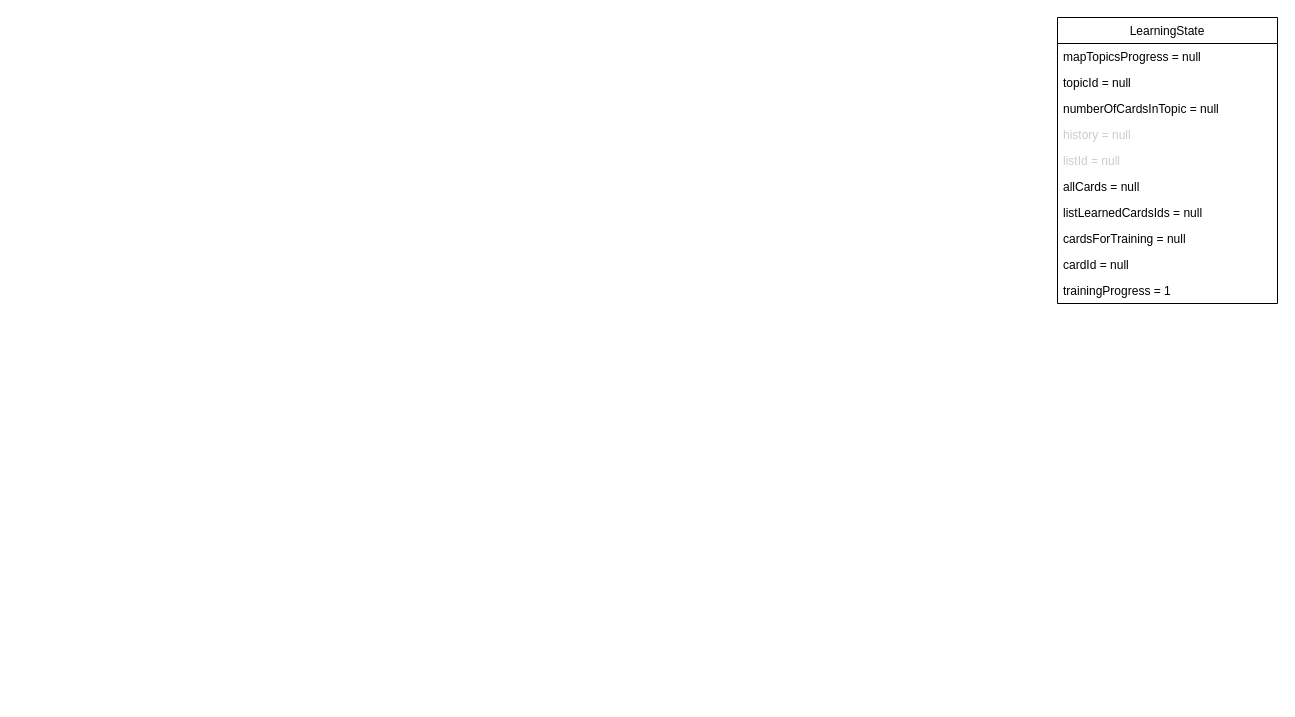
Before: LearningState.drawio in soldakova-t/linguacards_flutter, a draw.io diagram. Source tidied: cells renumbered, new cells numbered last; positions are measured from the earlier drawing's top-left corner, leaving out a move shared by most shapes. Both pictures are drawn from the tidied source at 100%, with x=0, y=0 at pixel (1057, 17).
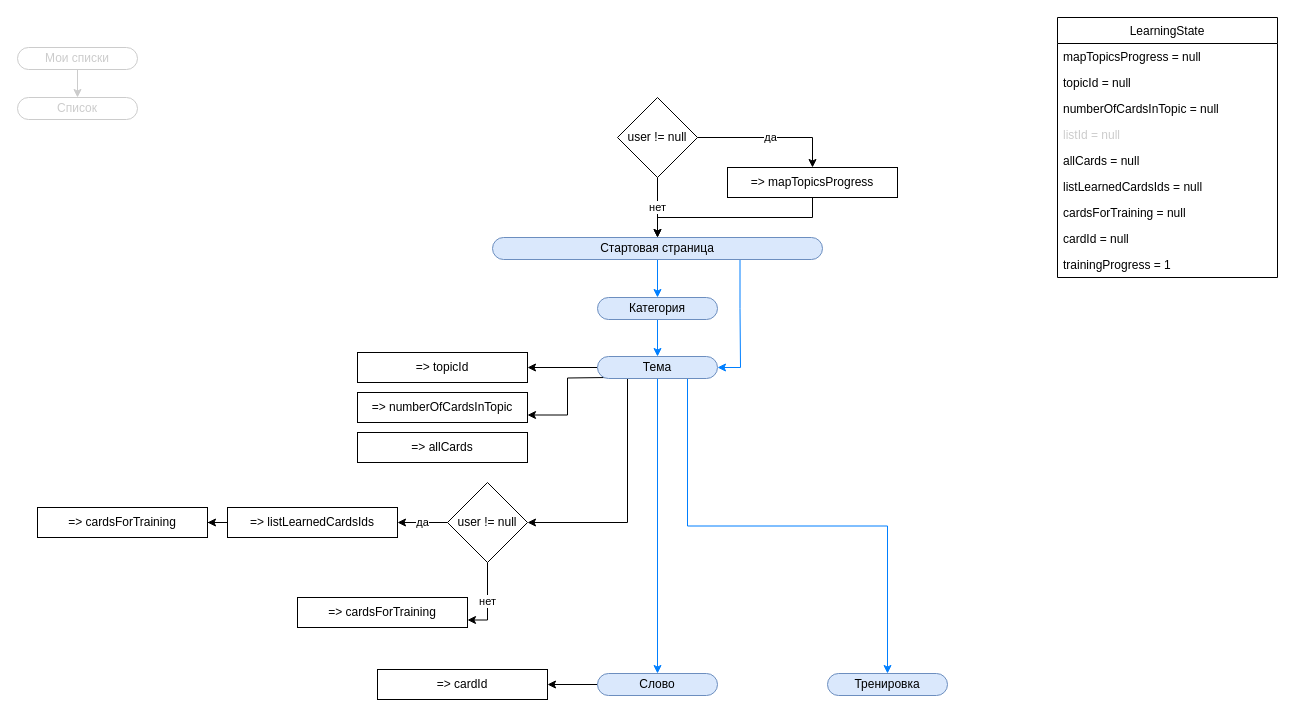
After the change.

Change to the diagram source:
```diff
@@
     <mxCell id="2" value="LearningState" style="swimlane;fontStyle=0;horizontal=1;startSize=26;" parent="1" vertex="1">
-      <mxGeometry width="220" height="286" as="geometry" />
+      <mxGeometry width="220" height="260" as="geometry" />
     </mxCell>
@@
-    <mxCell id="6" value="history = null" style="text;strokeColor=none;fillColor=none;align=left;verticalAlign=top;spacingLeft=4;spacingRight=4;overflow=hidden;fontColor=#CCCCCC;" parent="2" vertex="1">
-      <mxGeometry y="104" width="220" height="26" as="geometry" />
-    </mxCell>
     <mxCell id="7" value="listId = null" style="text;strokeColor=none;fillColor=none;align=left;verticalAlign=top;spacingLeft=4;spacingRight=4;overflow=hidden;fontColor=#CCCCCC;" parent="2" vertex="1">
-      <mxGeometry y="130" width="220" height="26" as="geometry" />
+      <mxGeometry y="104" width="220" height="26" as="geometry" />
     </mxCell>
     <mxCell id="8" value="allCards = null" style="text;strokeColor=none;fillColor=none;align=left;verticalAlign=top;spacingLeft=4;spacingRight=4;overflow=hidden;" parent="2" vertex="1">
-      <mxGeometry y="156" width="220" height="26" as="geometry" />
+      <mxGeometry y="130" width="220" height="26" as="geometry" />
     </mxCell>
     <mxCell id="9" value="listLearnedCardsIds = null" style="text;strokeColor=none;fillColor=none;align=left;verticalAlign=top;spacingLeft=4;spacingRight=4;overflow=hidden;" parent="2" vertex="1">
-      <mxGeometry y="182" width="220" height="26" as="geometry" />
+      <mxGeometry y="156" width="220" height="26" as="geometry" />
     </mxCell>
     <mxCell id="10" value="cardsForTraining = null" style="text;strokeColor=none;fillColor=none;align=left;verticalAlign=top;spacingLeft=4;spacingRight=4;overflow=hidden;" parent="2" vertex="1">
-      <mxGeometry y="208" width="220" height="26" as="geometry" />
+      <mxGeometry y="182" width="220" height="26" as="geometry" />
     </mxCell>
     <mxCell id="11" value="cardId = null" style="text;strokeColor=none;fillColor=none;align=left;verticalAlign=top;spacingLeft=4;spacingRight=4;overflow=hidden;" parent="2" vertex="1">
-      <mxGeometry y="234" width="220" height="26" as="geometry" />
+      <mxGeometry y="208" width="220" height="26" as="geometry" />
     </mxCell>
     <mxCell id="12" value="trainingProgress = 1" style="text;strokeColor=none;fillColor=none;align=left;verticalAlign=top;spacingLeft=4;spacingRight=4;overflow=hidden;" parent="2" vertex="1">
-      <mxGeometry y="260" width="220" height="26" as="geometry" />
+      <mxGeometry y="234" width="220" height="26" as="geometry" />
     </mxCell>
+    <mxCell id="13" style="edgeStyle=orthogonalEdgeStyle;rounded=0;jettySize=auto;html=1;exitX=0.5;exitY=1;exitDx=0;exitDy=0;entryX=0.5;entryY=0;entryDx=0;entryDy=0;fontColor=#CCCCCC;strokeWidth=1;strokeColor=#007FFF;" parent="1" edge="1" source="15" target="17">
+      <mxGeometry relative="1" as="geometry" />
+    </mxCell>
+    <mxCell id="14" style="edgeStyle=orthogonalEdgeStyle;rounded=0;jettySize=auto;html=1;exitX=0.75;exitY=1;exitDx=0;exitDy=0;entryX=1;entryY=0.5;entryDx=0;entryDy=0;fontColor=#CCCCCC;strokeWidth=1;strokeColor=#007FFF;" parent="1" edge="1" source="15" target="23">
+      <mxGeometry relative="1" as="geometry">
+        <Array as="points">
+          <mxPoint x="-317" y="291" />
+          <mxPoint x="-317" y="350" />
+        </Array>
+      </mxGeometry>
+    </mxCell>
+    <mxCell id="15" value="Стартовая страница" style="rounded=1;whiteSpace=wrap;html=1;arcSize=50;fillColor=#dae8fc;strokeColor=#6c8ebf;" parent="1" vertex="1">
+      <mxGeometry x="-565" y="220" width="330" height="22" as="geometry" />
+    </mxCell>
+    <mxCell id="16" style="edgeStyle=orthogonalEdgeStyle;rounded=0;jettySize=auto;html=1;entryX=0.5;entryY=0;entryDx=0;entryDy=0;fontColor=#CCCCCC;strokeWidth=1;strokeColor=#007FFF;" parent="1" edge="1" source="17" target="23">
+      <mxGeometry relative="1" as="geometry" />
+    </mxCell>
+    <mxCell id="17" value="Категория" style="rounded=1;whiteSpace=wrap;html=1;arcSize=50;fillColor=#dae8fc;strokeColor=#6c8ebf;" parent="1" vertex="1">
+      <mxGeometry x="-460" y="280" width="120" height="22" as="geometry" />
+    </mxCell>
+    <mxCell id="18" style="edgeStyle=orthogonalEdgeStyle;rounded=0;jettySize=auto;html=1;fontColor=#CCCCCC;strokeColor=#007FFF;strokeWidth=1;" parent="1" edge="1" source="23" target="34">
+      <mxGeometry relative="1" as="geometry" />
+    </mxCell>
+    <mxCell id="19" style="edgeStyle=orthogonalEdgeStyle;rounded=0;jettySize=auto;html=1;exitX=0.75;exitY=1;exitDx=0;exitDy=0;fontColor=#CCCCCC;strokeColor=#007FFF;strokeWidth=1;" parent="1" edge="1" source="23" target="44">
+      <mxGeometry relative="1" as="geometry" />
+    </mxCell>
+    <mxCell id="20" style="edgeStyle=orthogonalEdgeStyle;rounded=0;jettySize=auto;html=1;fontColor=#CCCCCC;strokeColor=#000000;strokeWidth=1;entryX=1;entryY=0.5;entryDx=0;entryDy=0;" parent="1" edge="1" source="23" target="32">
+      <mxGeometry relative="1" as="geometry" />
+    </mxCell>
+    <mxCell id="21" style="edgeStyle=orthogonalEdgeStyle;rounded=0;jettySize=auto;html=1;exitX=0.25;exitY=1;exitDx=0;exitDy=0;entryX=1;entryY=0.5;entryDx=0;entryDy=0;fontColor=#CCCCCC;strokeColor=#000000;strokeWidth=1;" parent="1" edge="1" source="23" target="39">
+      <mxGeometry relative="1" as="geometry" />
+    </mxCell>
+    <mxCell id="22" style="edgeStyle=orthogonalEdgeStyle;rounded=0;jettySize=auto;html=1;entryX=1;entryY=0.75;entryDx=0;entryDy=0;fontColor=#CCCCCC;strokeWidth=1;" parent="1" edge="1" target="35">
+      <mxGeometry relative="1" as="geometry">
+        <mxPoint x="-450" y="360" as="sourcePoint" />
+      </mxGeometry>
+    </mxCell>
+    <mxCell id="23" value="Тема" style="rounded=1;whiteSpace=wrap;html=1;arcSize=50;fillColor=#dae8fc;strokeColor=#6c8ebf;" parent="1" vertex="1">
+      <mxGeometry x="-460" y="339" width="120" height="22" as="geometry" />
+    </mxCell>
+    <mxCell id="24" style="edgeStyle=orthogonalEdgeStyle;rounded=0;jettySize=auto;html=1;entryX=0.5;entryY=0;entryDx=0;entryDy=0;strokeColor=#CCCCCC;fontColor=#CCCCCC;" parent="1" edge="1" source="25" target="26">
+      <mxGeometry relative="1" as="geometry" />
+    </mxCell>
+    <mxCell id="25" value="Мои списки" style="rounded=1;whiteSpace=wrap;html=1;arcSize=50;strokeColor=#CCCCCC;fontColor=#CCCCCC;" parent="1" vertex="1">
+      <mxGeometry x="-1040" y="30" width="120" height="22" as="geometry" />
+    </mxCell>
+    <mxCell id="26" value="Список" style="rounded=1;whiteSpace=wrap;html=1;arcSize=50;strokeColor=#CCCCCC;fontColor=#CCCCCC;" parent="1" vertex="1">
+      <mxGeometry x="-1040" y="80" width="120" height="22" as="geometry" />
+    </mxCell>
+    <mxCell id="27" value="да" style="edgeStyle=orthogonalEdgeStyle;rounded=0;jettySize=auto;html=1;entryX=0.5;entryY=0;entryDx=0;entryDy=0;fontColor=#000000;" parent="1" edge="1" source="29" target="31">
+      <mxGeometry relative="1" as="geometry" />
+    </mxCell>
+    <mxCell id="28" value="нет" style="edgeStyle=orthogonalEdgeStyle;rounded=0;jettySize=auto;html=1;fontColor=#000000;" parent="1" edge="1" source="29" target="15">
+      <mxGeometry relative="1" as="geometry" />
+    </mxCell>
+    <mxCell id="29" value="user != null" style="rhombus;whiteSpace=wrap;html=1;fontColor=#000000;" parent="1" vertex="1">
+      <mxGeometry x="-440" y="80" width="80" height="80" as="geometry" />
+    </mxCell>
+    <mxCell id="30" style="edgeStyle=orthogonalEdgeStyle;rounded=0;jettySize=auto;html=1;fontColor=#000000;exitX=0.5;exitY=1;exitDx=0;exitDy=0;" parent="1" edge="1" source="31" target="15">
+      <mxGeometry relative="1" as="geometry" />
+    </mxCell>
+    <mxCell id="31" value="&lt;span style=&quot;text-align: left&quot;&gt;=&amp;gt;&amp;nbsp;&lt;/span&gt;&lt;span style=&quot;text-align: left&quot;&gt;mapTopicsProgress&lt;/span&gt;" style="rounded=0;whiteSpace=wrap;html=1;fontColor=#000000;" parent="1" vertex="1">
+      <mxGeometry x="-330" y="150" width="170" height="30" as="geometry" />
+    </mxCell>
+    <mxCell id="32" value="&lt;span style=&quot;text-align: left&quot;&gt;=&amp;gt;&amp;nbsp;&lt;/span&gt;&lt;span style=&quot;text-align: left&quot;&gt;topicId&lt;/span&gt;&lt;span style=&quot;text-align: left&quot;&gt;&lt;br&gt;&lt;/span&gt;" style="rounded=0;whiteSpace=wrap;html=1;fontColor=#000000;" parent="1" vertex="1">
+      <mxGeometry x="-700" y="335" width="170" height="30" as="geometry" />
+    </mxCell>
+    <mxCell id="33" style="edgeStyle=orthogonalEdgeStyle;rounded=0;jettySize=auto;html=1;exitX=0;exitY=0.5;exitDx=0;exitDy=0;fontColor=#CCCCCC;strokeColor=#000000;strokeWidth=1;" parent="1" edge="1" source="34" target="45">
+      <mxGeometry relative="1" as="geometry" />
+    </mxCell>
+    <mxCell id="34" value="Слово" style="rounded=1;whiteSpace=wrap;html=1;arcSize=50;fillColor=#dae8fc;strokeColor=#6c8ebf;" parent="1" vertex="1">
+      <mxGeometry x="-460" y="656" width="120" height="22" as="geometry" />
+    </mxCell>
+    <mxCell id="35" value="&lt;span style=&quot;text-align: left&quot;&gt;=&amp;gt;&amp;nbsp;&lt;/span&gt;&lt;span style=&quot;text-align: left&quot;&gt;numberOfCardsInTopic&lt;/span&gt;&lt;span style=&quot;text-align: left&quot;&gt;&lt;br&gt;&lt;/span&gt;" style="rounded=0;whiteSpace=wrap;html=1;fontColor=#000000;" parent="1" vertex="1">
+      <mxGeometry x="-700" y="375" width="170" height="30" as="geometry" />
+    </mxCell>
+    <mxCell id="36" value="&lt;span style=&quot;text-align: left&quot;&gt;=&amp;gt;&amp;nbsp;&lt;/span&gt;&lt;span style=&quot;text-align: left&quot;&gt;allCards&lt;/span&gt;&lt;span style=&quot;text-align: left&quot;&gt;&lt;br&gt;&lt;/span&gt;" style="rounded=0;whiteSpace=wrap;html=1;fontColor=#000000;" parent="1" vertex="1">
+      <mxGeometry x="-700" y="415" width="170" height="30" as="geometry" />
+    </mxCell>
+    <mxCell id="37" value="&lt;font color=&quot;#000000&quot;&gt;да&lt;/font&gt;" style="edgeStyle=orthogonalEdgeStyle;rounded=0;jettySize=auto;html=1;entryX=1;entryY=0.5;entryDx=0;entryDy=0;fontColor=#CCCCCC;strokeColor=#000000;strokeWidth=1;" parent="1" edge="1" source="39" target="41">
+      <mxGeometry relative="1" as="geometry" />
+    </mxCell>
+    <mxCell id="38" value="&lt;font color=&quot;#000000&quot;&gt;нет&lt;/font&gt;" style="edgeStyle=orthogonalEdgeStyle;rounded=0;jettySize=auto;html=1;entryX=1;entryY=0.75;entryDx=0;entryDy=0;fontColor=#CCCCCC;strokeColor=#000000;strokeWidth=1;" parent="1" edge="1" source="39" target="43">
+      <mxGeometry relative="1" as="geometry" />
+    </mxCell>
+    <mxCell id="39" value="user != null" style="rhombus;whiteSpace=wrap;html=1;fontColor=#000000;" parent="1" vertex="1">
+      <mxGeometry x="-610" y="465" width="80" height="80" as="geometry" />
+    </mxCell>
+    <mxCell id="40" style="edgeStyle=orthogonalEdgeStyle;rounded=0;jettySize=auto;html=1;exitX=0;exitY=0.5;exitDx=0;exitDy=0;fontColor=#CCCCCC;strokeColor=#000000;strokeWidth=1;" parent="1" edge="1" source="41" target="42">
+      <mxGeometry relative="1" as="geometry" />
+    </mxCell>
+    <mxCell id="41" value="&lt;span style=&quot;text-align: left&quot;&gt;=&amp;gt;&amp;nbsp;&lt;/span&gt;&lt;span style=&quot;text-align: left&quot;&gt;listLearnedCardsIds&lt;/span&gt;&lt;span style=&quot;text-align: left&quot;&gt;&lt;br&gt;&lt;/span&gt;" style="rounded=0;whiteSpace=wrap;html=1;fontColor=#000000;" parent="1" vertex="1">
+      <mxGeometry x="-830" y="490" width="170" height="30" as="geometry" />
+    </mxCell>
+    <mxCell id="42" value="&lt;span style=&quot;text-align: left&quot;&gt;=&amp;gt;&amp;nbsp;&lt;/span&gt;&lt;span style=&quot;text-align: left&quot;&gt;cardsForTraining&lt;/span&gt;&lt;span style=&quot;text-align: left&quot;&gt;&lt;br&gt;&lt;/span&gt;" style="rounded=0;whiteSpace=wrap;html=1;fontColor=#000000;" parent="1" vertex="1">
+      <mxGeometry x="-1020" y="490" width="170" height="30" as="geometry" />
+    </mxCell>
+    <mxCell id="43" value="&lt;span style=&quot;text-align: left&quot;&gt;=&amp;gt;&amp;nbsp;&lt;/span&gt;&lt;span style=&quot;text-align: left&quot;&gt;cardsForTraining&lt;/span&gt;&lt;span style=&quot;text-align: left&quot;&gt;&lt;br&gt;&lt;/span&gt;" style="rounded=0;whiteSpace=wrap;html=1;fontColor=#000000;" parent="1" vertex="1">
+      <mxGeometry x="-760" y="580" width="170" height="30" as="geometry" />
+    </mxCell>
+    <mxCell id="44" value="Тренировка" style="rounded=1;whiteSpace=wrap;html=1;arcSize=50;fillColor=#dae8fc;strokeColor=#6c8ebf;" parent="1" vertex="1">
+      <mxGeometry x="-230" y="656" width="120" height="22" as="geometry" />
+    </mxCell>
+    <mxCell id="45" value="&lt;span style=&quot;text-align: left&quot;&gt;=&amp;gt; card&lt;/span&gt;&lt;span style=&quot;text-align: left&quot;&gt;Id&lt;/span&gt;&lt;span style=&quot;text-align: left&quot;&gt;&lt;br&gt;&lt;/span&gt;" style="rounded=0;whiteSpace=wrap;html=1;fontColor=#000000;" parent="1" vertex="1">
+      <mxGeometry x="-680" y="652" width="170" height="30" as="geometry" />
+    </mxCell>
```
